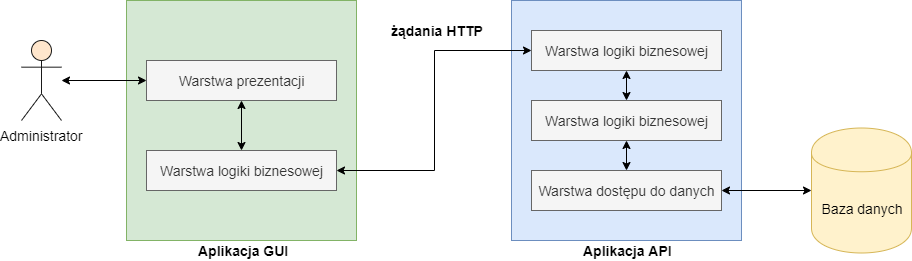
The draw.io diagram docs/chapters/images/mngmt_subsystem_layers.png in adapiekarska/centralized-lock-system, before a commit. Source tidied: cells renumbered, new cells last; positions are measured from the earlier drawing's top-left corner, leaving out a move shared by most shapes.
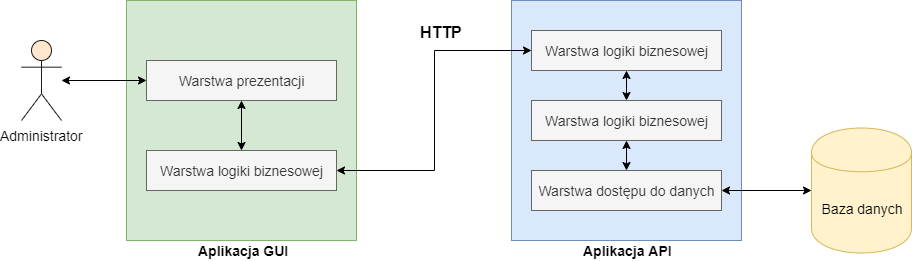
After the commit.

Diff of the diagram source:
```diff
@@ -17,8 +17,8 @@
     <mxCell id="6" value="Administrator" style="shape=umlActor;verticalLabelPosition=bottom;labelBackgroundColor=#ffffff;verticalAlign=top;html=1;outlineConnect=0;strokeColor=#1A1A1A;fillColor=#ffe6cc;fontSize=14;" parent="1" vertex="1">
       <mxGeometry y="40" width="40" height="80" as="geometry" />
     </mxCell>
-    <mxCell id="7" value="żądania HTTP" style="text;html=1;align=left;verticalAlign=top;spacingTop=-4;fontSize=14;fontStyle=1;" parent="1" vertex="1">
-      <mxGeometry x="367.5" y="20" width="90" height="20" as="geometry" />
+    <mxCell id="7" value="&lt;font style=&quot;font-size: 16px&quot;&gt;HTTP&lt;/font&gt;&lt;br style=&quot;font-size: 16px&quot;&gt;&lt;font style=&quot;font-size: 16px&quot;&gt;&lt;br&gt;&lt;/font&gt;" style="text;html=1;align=center;verticalAlign=top;spacingTop=-4;fontSize=14;fontStyle=1;" parent="1" vertex="1">
+      <mxGeometry x="390" y="20" width="60" height="40" as="geometry" />
     </mxCell>
     <mxCell id="8" value="Warstwa dostępu do danych" style="rounded=0;whiteSpace=wrap;html=1;fontSize=14;fillColor=#f5f5f5;strokeColor=#666666;fontColor=#333333;" parent="1" vertex="1">
       <mxGeometry x="510" y="170" width="190" height="40" as="geometry" />
```
